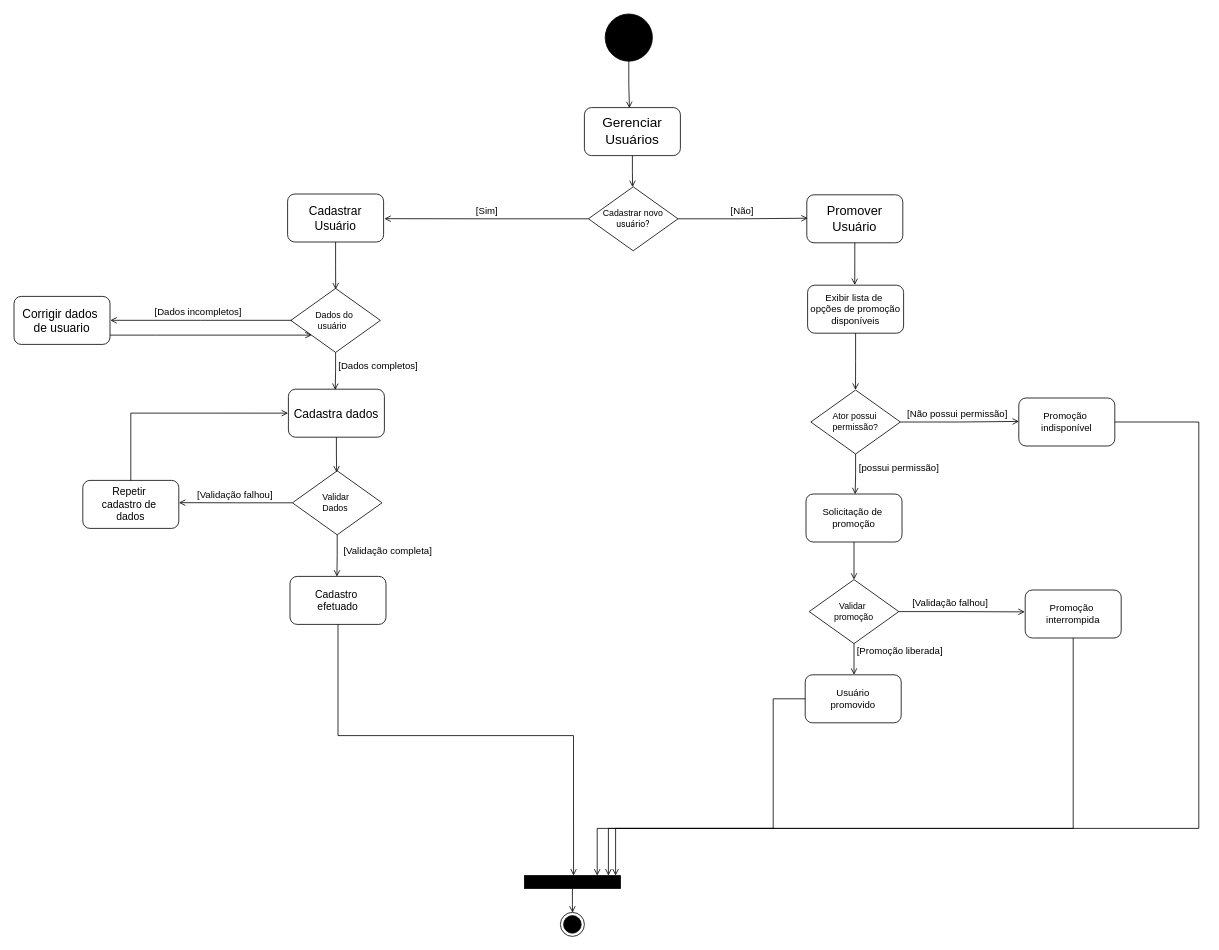
Earlier version of the draw.io diagram diagrama_atividades/diagrama_atividade_modulo_cadastro_gerenciamento.drawio (gb-cs-rt/elevator). Source tidied: cells renumbered, new cells numbered last; positions are measured from the earlier drawing's top-left corner, leaving out a move shared by most shapes. Both pictures are drawn from the tidied source at 80%, with x=0, y=0 at pixel (14, 14).
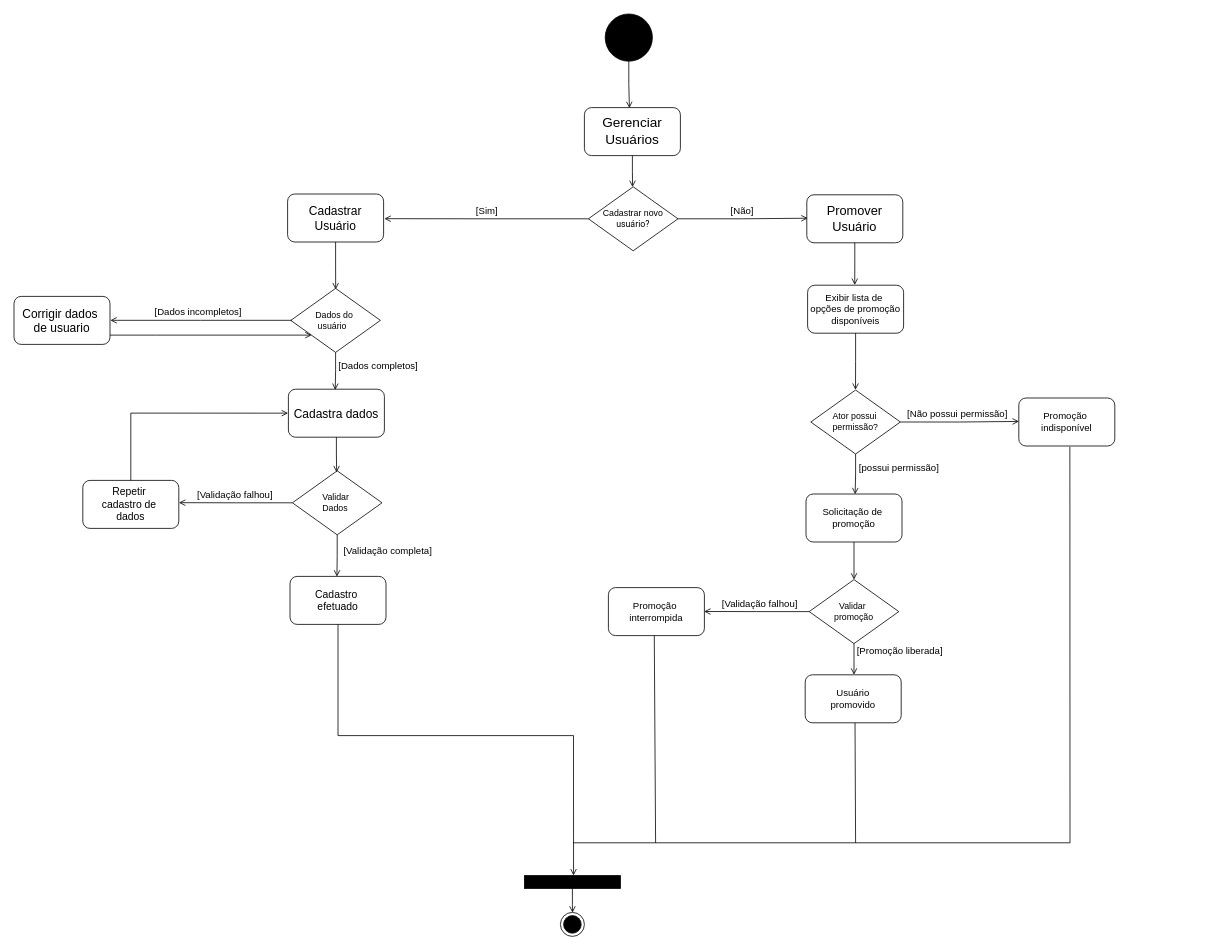
After the change.

Commit message:
diagrama de atividade modulo cadastro update

Unchanged cells that the change refers to:
```xml
<mxCell id="29" style="rounded=0;whiteSpace=wrap;html=1;fillColor=#000000;" parent="1" vertex="1">
  <mxGeometry x="638" y="1077" width="120" height="16" as="geometry" />
</mxCell>
<mxCell id="42" value="&lt;div style=&quot;text-align: start; font-size: 11px;&quot;&gt;&amp;nbsp; Validar&amp;nbsp;&lt;/div&gt;&lt;div style=&quot;text-align: start; font-size: 11px;&quot;&gt;promoção&lt;/div&gt;" style="rhombus;whiteSpace=wrap;html=1;fontSize=11;" parent="1" vertex="1">
  <mxGeometry x="994" y="707" width="112" height="80" as="geometry" />
</mxCell>
<mxCell id="43" value="&lt;div style=&quot;font-size: 12px;&quot;&gt;Promoção&amp;nbsp;&lt;/div&gt;&lt;div style=&quot;font-size: 12px;&quot;&gt;indisponível&lt;/div&gt;" style="rounded=1;whiteSpace=wrap;html=1;fontSize=12;" parent="1" vertex="1">
  <mxGeometry x="1256" y="480" width="120" height="60" as="geometry" />
</mxCell>
<mxCell id="47" value="&lt;div style=&quot;font-size: 12px;&quot;&gt;Usuário&lt;/div&gt;&lt;div style=&quot;font-size: 12px;&quot;&gt;promovido&lt;/div&gt;" style="rounded=1;whiteSpace=wrap;html=1;fontSize=12;" parent="1" vertex="1">
  <mxGeometry x="989" y="826" width="120" height="60" as="geometry" />
</mxCell>
```

What changed in the source:
```diff
@@
-    <mxCell id="50" style="edgeStyle=orthogonalEdgeStyle;rounded=0;jettySize=auto;html=1;endArrow=open;endFill=0;" parent="1" edge="1" source="43">
-      <mxGeometry relative="1" as="geometry">
-        <mxPoint x="729" y="1077" as="targetPoint" />
-        <Array as="points">
-          <mxPoint x="1481" y="510" />
-          <mxPoint x="1481" y="1018" />
-          <mxPoint x="729" y="1018" />
-        </Array>
-      </mxGeometry>
-    </mxCell>
-    <mxCell id="51" style="edgeStyle=orthogonalEdgeStyle;rounded=0;jettySize=auto;html=1;endArrow=open;endFill=0;" parent="1" edge="1" source="47">
-      <mxGeometry relative="1" as="geometry">
-        <mxPoint x="743" y="1077" as="targetPoint" />
-        <Array as="points">
-          <mxPoint x="949" y="856" />
-          <mxPoint x="949" y="1018" />
-          <mxPoint x="743" y="1018" />
-        </Array>
-      </mxGeometry>
-    </mxCell>
     <mxCell id="52" value="&lt;div style=&quot;font-size: 12px;&quot;&gt;&lt;div&gt;Promoção&amp;nbsp;&lt;/div&gt;&lt;div&gt;interrompida&lt;/div&gt;&lt;/div&gt;" style="rounded=1;whiteSpace=wrap;html=1;fontSize=12;" parent="1" vertex="1">
-      <mxGeometry x="1264" y="720" width="120" height="60" as="geometry" />
+      <mxGeometry x="743" y="717" width="120" height="60" as="geometry" />
     </mxCell>
+    <mxCell id="54" value="[Validação falhou]" style="text;html=1;align=center;verticalAlign=middle;strokeColor=none;fillColor=none;" parent="1" vertex="1">
+      <mxGeometry x="875" y="725" width="113" height="26" as="geometry" />
+    </mxCell>
-    <mxCell id="53" style="edgeStyle=orthogonalEdgeStyle;rounded=0;jettySize=auto;html=1;entryX=-0.004;entryY=0.456;entryDx=0;entryDy=0;entryPerimeter=0;endArrow=open;endFill=0;" parent="1" edge="1" source="42" target="52">
+    <mxCell id="53" style="edgeStyle=orthogonalEdgeStyle;rounded=0;jettySize=auto;html=1;entryX=0.997;entryY=0.498;entryDx=0;entryDy=0;entryPerimeter=0;endArrow=open;endFill=0;" parent="1" edge="1" source="42" target="52">
       <mxGeometry relative="1" as="geometry" />
     </mxCell>
-    <mxCell id="54" value="[Validação falhou]" style="text;html=1;align=center;verticalAlign=middle;strokeColor=none;fillColor=none;" parent="1" vertex="1">
-      <mxGeometry x="1113" y="723" width="113" height="26" as="geometry" />
-    </mxCell>
-    <mxCell id="55" style="edgeStyle=orthogonalEdgeStyle;rounded=0;jettySize=auto;html=1;entryX=0.95;entryY=0;entryDx=0;entryDy=0;entryPerimeter=0;endArrow=open;endFill=0;" parent="1" edge="1" source="52" target="29">
-      <mxGeometry relative="1" as="geometry">
-        <Array as="points">
-          <mxPoint x="1324" y="1018" />
-          <mxPoint x="752" y="1018" />
-        </Array>
-      </mxGeometry>
-    </mxCell>
+    <mxCell id="56" style="endArrow=none;html=1;rounded=0;entryX=0.478;entryY=1;entryDx=0;entryDy=0;entryPerimeter=0;" parent="1" edge="1" target="52">
+      <mxGeometry relative="1" as="geometry">
+        <mxPoint x="802" y="1036" as="sourcePoint" />
+      </mxGeometry>
+    </mxCell>
+    <mxCell id="57" style="endArrow=none;html=1;rounded=0;entryX=0.519;entryY=1.002;entryDx=0;entryDy=0;entryPerimeter=0;" parent="1" edge="1" target="47">
+      <mxGeometry relative="1" as="geometry">
+        <mxPoint x="1052" y="1036" as="sourcePoint" />
+      </mxGeometry>
+    </mxCell>
+    <mxCell id="58" style="endArrow=none;html=1;rounded=0;entryX=0.532;entryY=1.017;entryDx=0;entryDy=0;entryPerimeter=0;" parent="1" edge="1" target="43">
+      <mxGeometry relative="1" as="geometry">
+        <mxPoint x="699" y="1036" as="sourcePoint" />
+        <Array as="points">
+          <mxPoint x="1320" y="1036" />
+        </Array>
+      </mxGeometry>
+    </mxCell>
```
